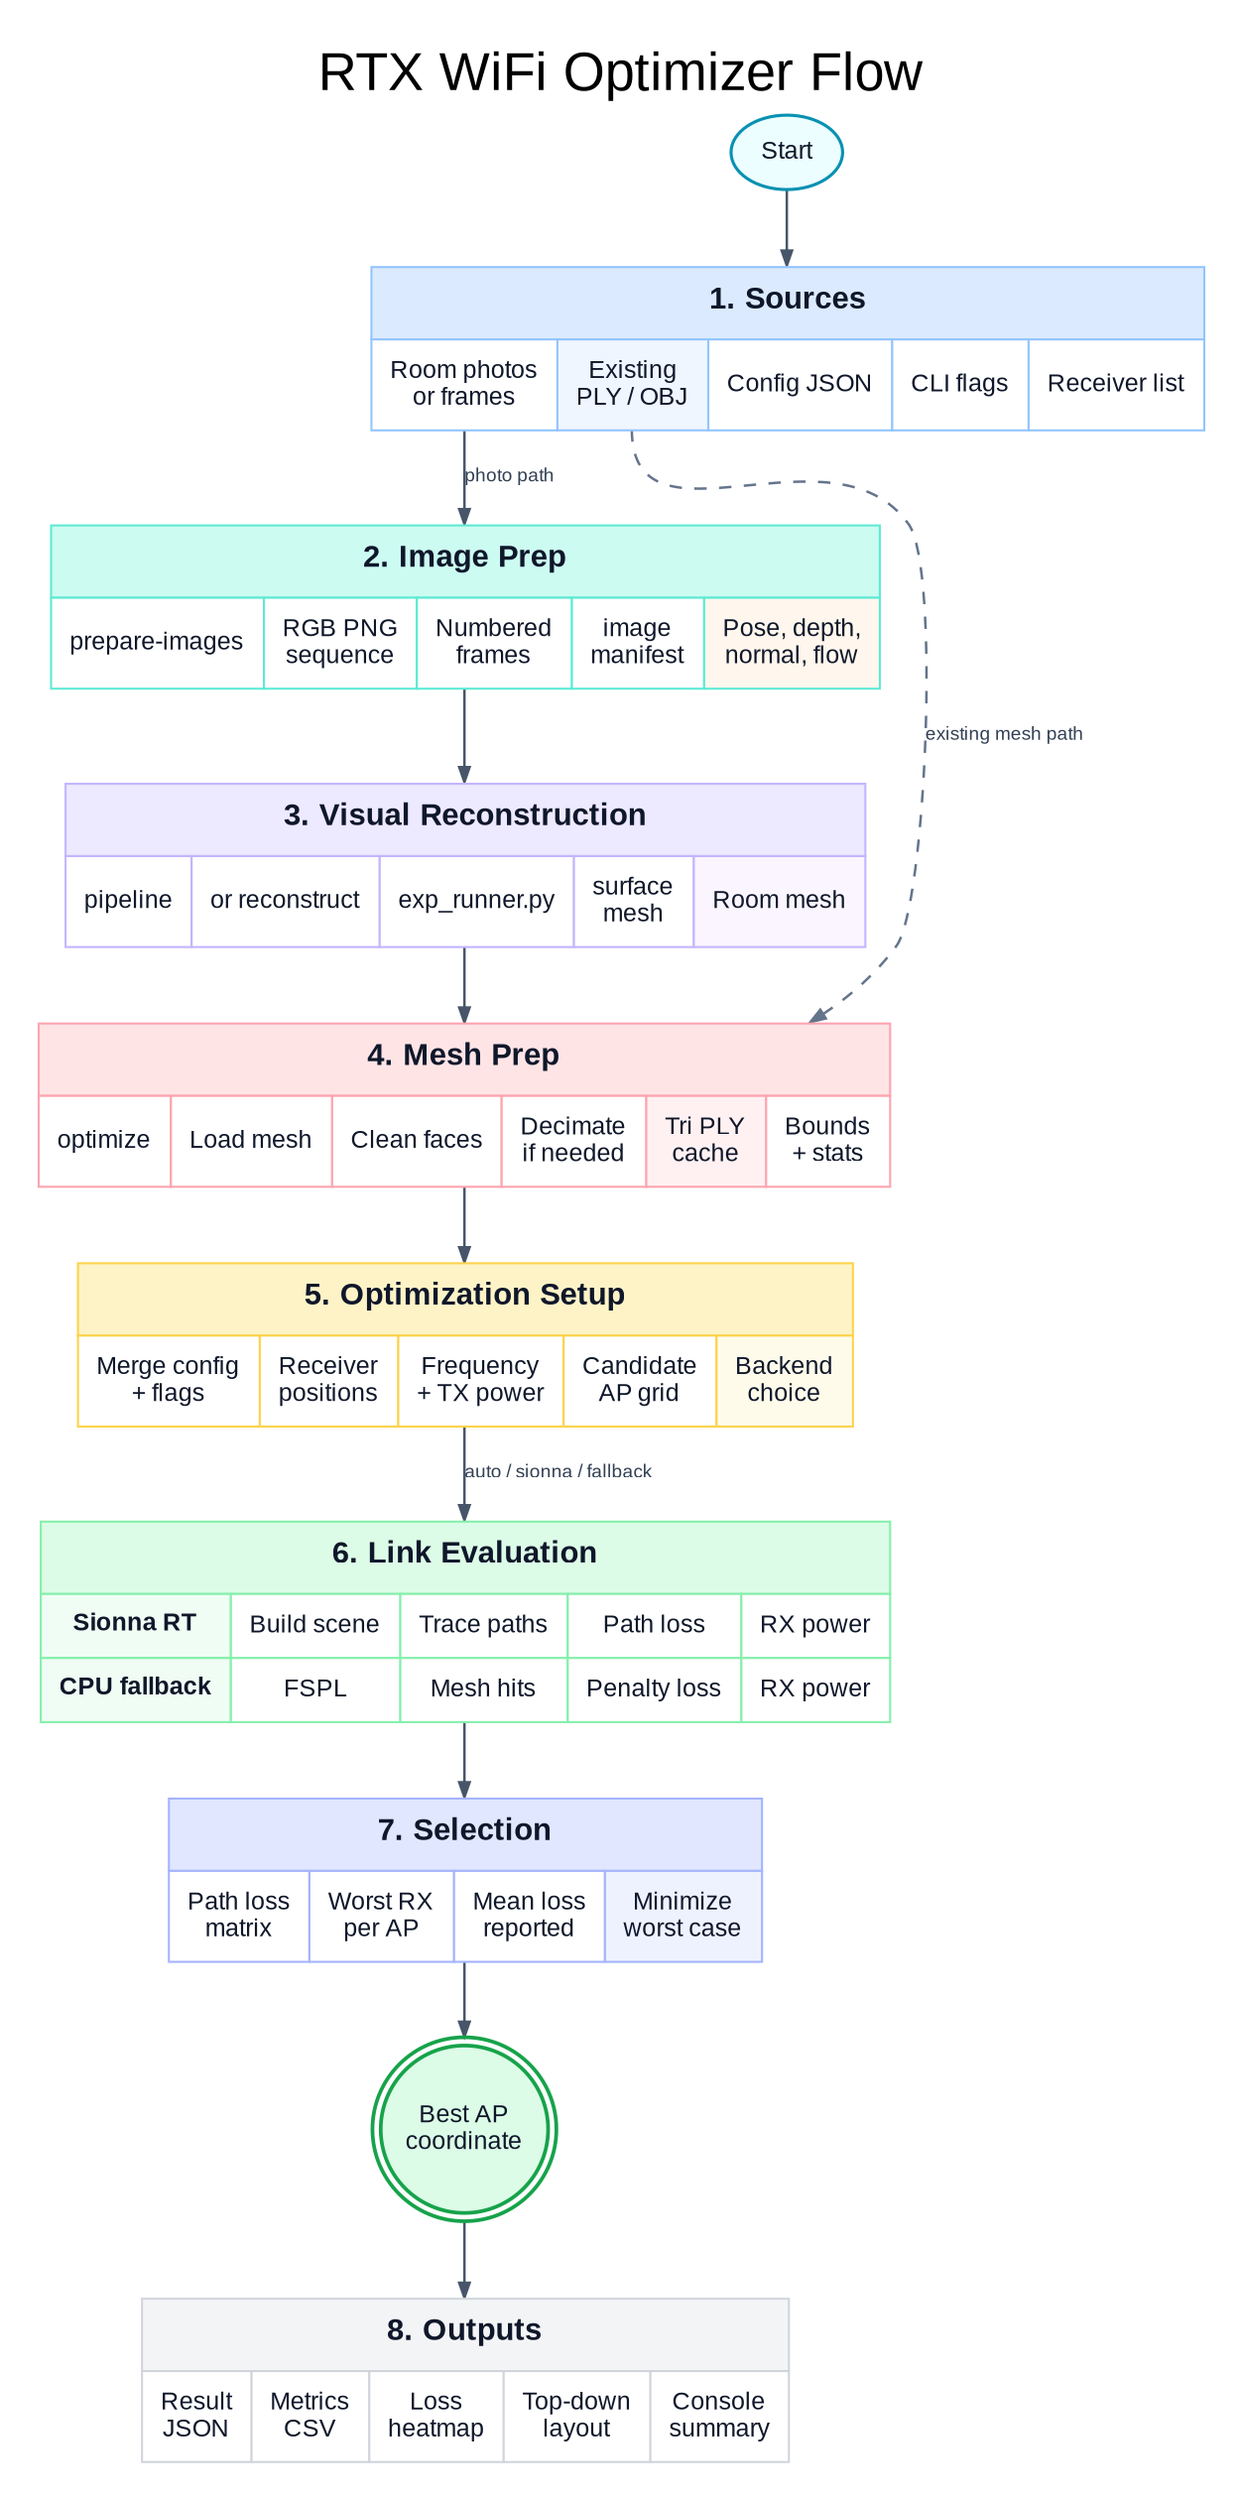
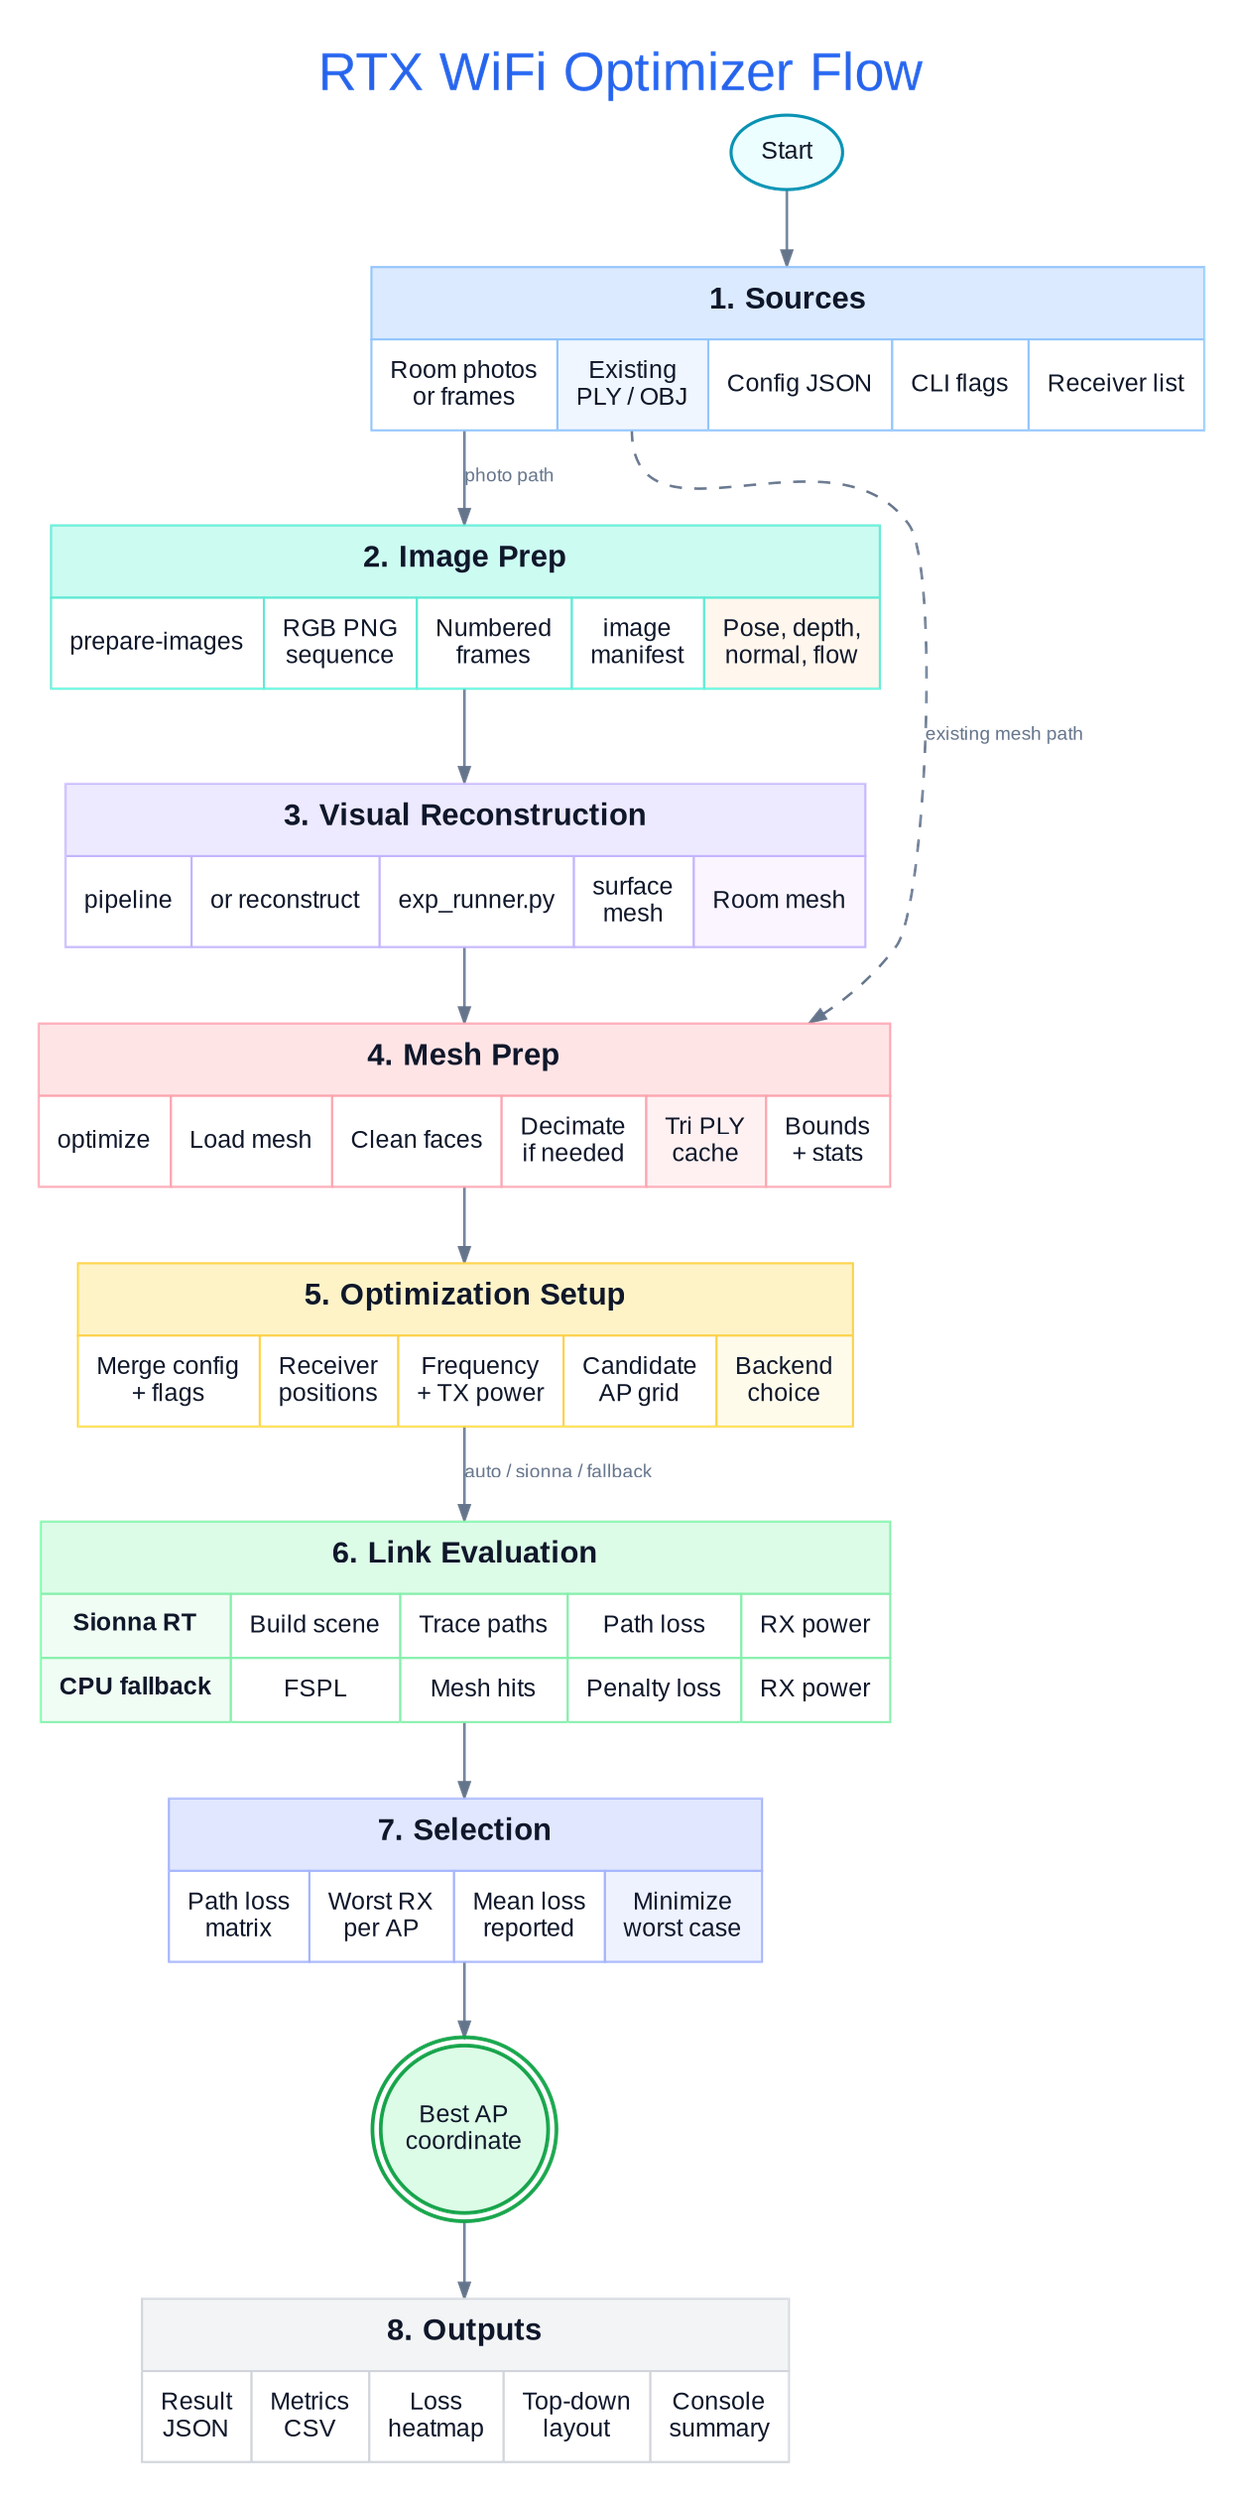
digraph wifi_optimizer_flow {
  graph [
    label="RTX WiFi Optimizer Flow",
    labelloc="t",
    fontsize=26,
    fontname="Liberation Sans",
-     bgcolor="#ffffff",
+     fontcolor="#2563eb",
+     bgcolor="transparent",
    rankdir=TB,
    splines=spline,
    nodesep=0.42,
    ranksep=0.48,
    pad=0.16,
    margin=0.10,
    outputorder=edgesfirst
  ];

  node [
    shape=plain,
    fontname="Liberation Sans",
    fontsize=12,
    fontcolor="#0f172a"
  ];

  edge [
    fontname="Liberation Sans",
    fontsize=9,
-     color="#475569",
-     fontcolor="#334155",
+     color="#64748b",
+     fontcolor="#64748b",
    arrowsize=0.72,
    penwidth=1.2
  ];

  start [
    shape=oval,
    style="filled",
    label="Start",
    fillcolor="#ecfeff",
    color="#0891b2",
    penwidth=1.5,
    margin="0.11,0.07"
  ];

  sources [label=<
    <TABLE BORDER="0" CELLBORDER="1" CELLSPACING="0" CELLPADDING="8" COLOR="#93c5fd">
      <TR><TD BGCOLOR="#dbeafe" COLSPAN="5"><FONT POINT-SIZE="15"><B>1. Sources</B></FONT></TD></TR>
      <TR>
        <TD PORT="photos" BGCOLOR="#ffffff">Room photos<BR/>or frames</TD>
        <TD PORT="mesh" BGCOLOR="#eff6ff">Existing<BR/>PLY / OBJ</TD>
        <TD BGCOLOR="#ffffff">Config JSON</TD>
        <TD BGCOLOR="#ffffff">CLI flags</TD>
        <TD BGCOLOR="#ffffff">Receiver list</TD>
      </TR>
    </TABLE>
  >];

  image_prep [label=<
    <TABLE BORDER="0" CELLBORDER="1" CELLSPACING="0" CELLPADDING="8" COLOR="#5eead4">
      <TR><TD BGCOLOR="#ccfbf1" COLSPAN="5"><FONT POINT-SIZE="15"><B>2. Image Prep</B></FONT></TD></TR>
      <TR>
        <TD BGCOLOR="#ffffff">prepare-images</TD>
        <TD BGCOLOR="#ffffff">RGB PNG<BR/>sequence</TD>
        <TD BGCOLOR="#ffffff">Numbered<BR/>frames</TD>
        <TD BGCOLOR="#ffffff">image<BR/>manifest</TD>
        <TD BGCOLOR="#fff7ed">Pose, depth,<BR/>normal, flow</TD>
      </TR>
    </TABLE>
  >];

  reconstruction [label=<
    <TABLE BORDER="0" CELLBORDER="1" CELLSPACING="0" CELLPADDING="8" COLOR="#c4b5fd">
      <TR><TD BGCOLOR="#ede9fe" COLSPAN="5"><FONT POINT-SIZE="15"><B>3. Visual Reconstruction</B></FONT></TD></TR>
      <TR>
        <TD BGCOLOR="#ffffff">pipeline</TD>
        <TD BGCOLOR="#ffffff">or reconstruct</TD>
        <TD BGCOLOR="#ffffff">exp_runner.py</TD>
        <TD BGCOLOR="#ffffff">surface<BR/>mesh</TD>
        <TD BGCOLOR="#faf5ff">Room mesh</TD>
      </TR>
    </TABLE>
  >];

  mesh_prep [label=<
    <TABLE BORDER="0" CELLBORDER="1" CELLSPACING="0" CELLPADDING="8" COLOR="#fda4af">
      <TR><TD BGCOLOR="#ffe4e6" COLSPAN="6"><FONT POINT-SIZE="15"><B>4. Mesh Prep</B></FONT></TD></TR>
      <TR>
        <TD BGCOLOR="#ffffff">optimize</TD>
        <TD BGCOLOR="#ffffff">Load mesh</TD>
        <TD BGCOLOR="#ffffff">Clean faces</TD>
        <TD BGCOLOR="#ffffff">Decimate<BR/>if needed</TD>
        <TD BGCOLOR="#fff1f2">Tri PLY<BR/>cache</TD>
        <TD BGCOLOR="#ffffff">Bounds<BR/>+ stats</TD>
      </TR>
    </TABLE>
  >];

  setup [label=<
    <TABLE BORDER="0" CELLBORDER="1" CELLSPACING="0" CELLPADDING="8" COLOR="#fcd34d">
      <TR><TD BGCOLOR="#fef3c7" COLSPAN="5"><FONT POINT-SIZE="15"><B>5. Optimization Setup</B></FONT></TD></TR>
      <TR>
        <TD BGCOLOR="#ffffff">Merge config<BR/>+ flags</TD>
        <TD BGCOLOR="#ffffff">Receiver<BR/>positions</TD>
        <TD BGCOLOR="#ffffff">Frequency<BR/>+ TX power</TD>
        <TD BGCOLOR="#ffffff">Candidate<BR/>AP grid</TD>
        <TD BGCOLOR="#fffbeb">Backend<BR/>choice</TD>
      </TR>
    </TABLE>
  >];

  evaluation [label=<
    <TABLE BORDER="0" CELLBORDER="1" CELLSPACING="0" CELLPADDING="8" COLOR="#86efac">
      <TR><TD BGCOLOR="#dcfce7" COLSPAN="5"><FONT POINT-SIZE="15"><B>6. Link Evaluation</B></FONT></TD></TR>
      <TR>
        <TD BGCOLOR="#f0fdf4"><B>Sionna RT</B></TD>
        <TD BGCOLOR="#ffffff">Build scene</TD>
        <TD BGCOLOR="#ffffff">Trace paths</TD>
        <TD BGCOLOR="#ffffff">Path loss</TD>
        <TD BGCOLOR="#ffffff">RX power</TD>
      </TR>
      <TR>
        <TD BGCOLOR="#f0fdf4"><B>CPU fallback</B></TD>
        <TD BGCOLOR="#ffffff">FSPL</TD>
        <TD BGCOLOR="#ffffff">Mesh hits</TD>
        <TD BGCOLOR="#ffffff">Penalty loss</TD>
        <TD BGCOLOR="#ffffff">RX power</TD>
      </TR>
    </TABLE>
  >];

  selection [label=<
    <TABLE BORDER="0" CELLBORDER="1" CELLSPACING="0" CELLPADDING="8" COLOR="#a5b4fc">
      <TR><TD BGCOLOR="#e0e7ff" COLSPAN="4"><FONT POINT-SIZE="15"><B>7. Selection</B></FONT></TD></TR>
      <TR>
        <TD BGCOLOR="#ffffff">Path loss<BR/>matrix</TD>
        <TD BGCOLOR="#ffffff">Worst RX<BR/>per AP</TD>
        <TD BGCOLOR="#ffffff">Mean loss<BR/>reported</TD>
        <TD BGCOLOR="#eef2ff">Minimize<BR/>worst case</TD>
      </TR>
    </TABLE>
  >];

  best [
    shape=doublecircle,
    style="filled",
    label="Best AP\ncoordinate",
    fillcolor="#dcfce7",
    color="#16a34a",
    penwidth=1.8,
    width=1.12,
    margin="0.08,0.05"
  ];

  outputs [label=<
    <TABLE BORDER="0" CELLBORDER="1" CELLSPACING="0" CELLPADDING="8" COLOR="#d1d5db">
      <TR><TD BGCOLOR="#f3f4f6" COLSPAN="5"><FONT POINT-SIZE="15"><B>8. Outputs</B></FONT></TD></TR>
      <TR>
        <TD BGCOLOR="#ffffff">Result<BR/>JSON</TD>
        <TD BGCOLOR="#ffffff">Metrics<BR/>CSV</TD>
        <TD BGCOLOR="#ffffff">Loss<BR/>heatmap</TD>
        <TD BGCOLOR="#ffffff">Top-down<BR/>layout</TD>
        <TD BGCOLOR="#ffffff">Console<BR/>summary</TD>
      </TR>
    </TABLE>
  >];

  start -> sources;
  sources:photos -> image_prep [label="photo path"];
  image_prep -> reconstruction;
  reconstruction -> mesh_prep;
  sources:mesh -> mesh_prep [label="existing mesh path", style=dashed, color="#64748b", constraint=false];
  mesh_prep -> setup;
  setup -> evaluation [label="auto / sionna / fallback"];
  evaluation -> selection;
  selection -> best;
  best -> outputs;
}
